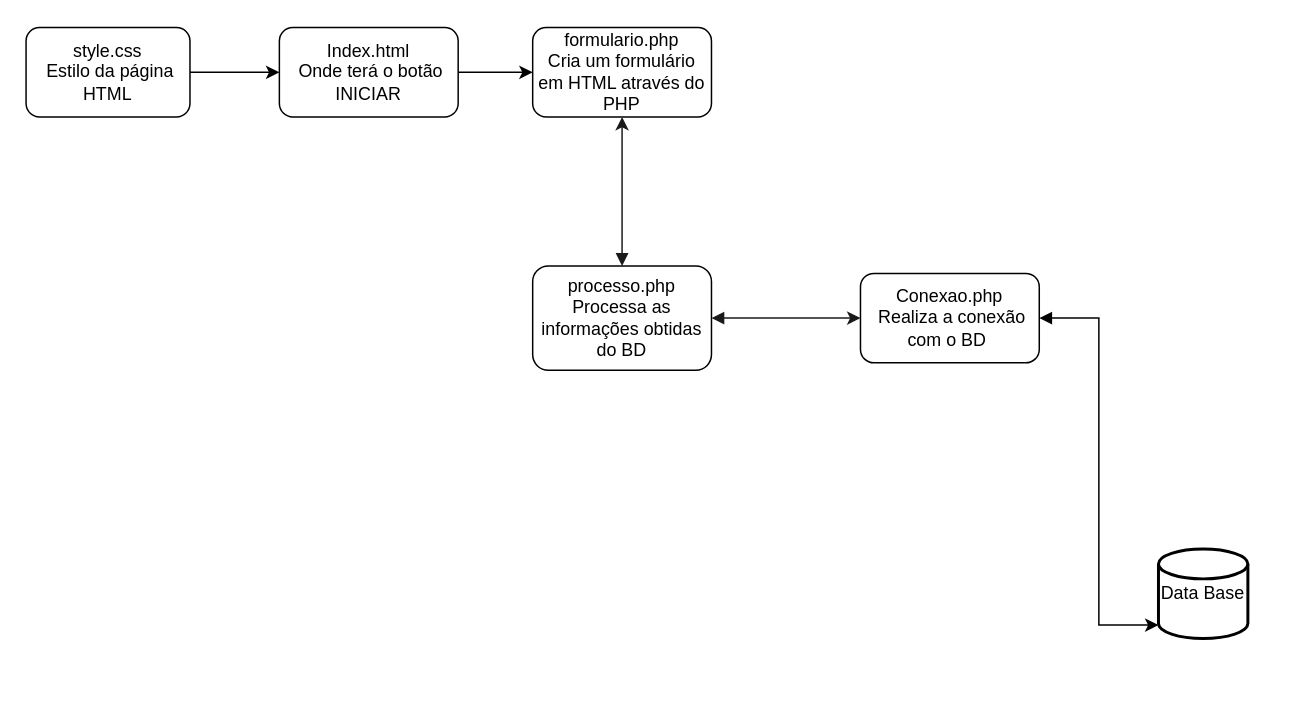
The draw.io diagram crudPhp/FormulárioPesquisa.drawio in DanneMello/projetosphp, before the edit. Source tidied: cells renumbered, new cells numbered last; positions are measured from the earlier drawing's top-left corner, leaving out a move shared by most shapes. Both pictures are drawn from the tidied source at 149%, with x=0, y=0 at pixel (25, 27).
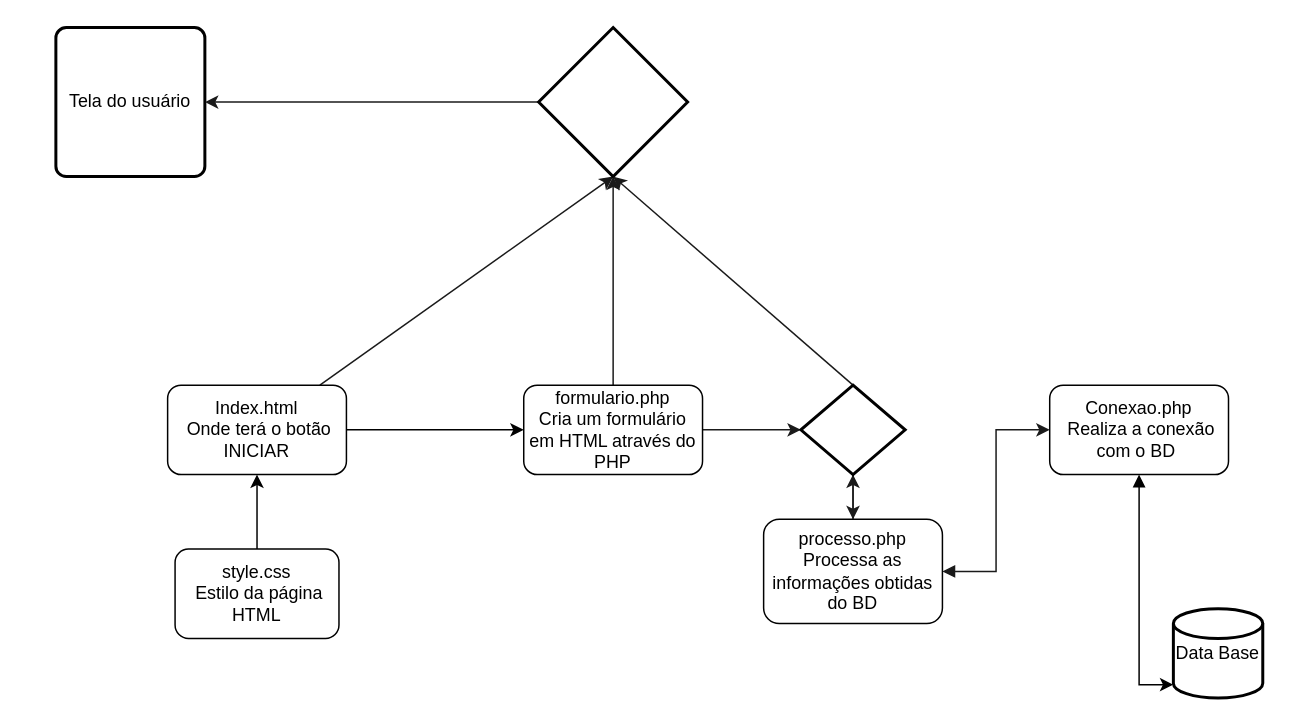
The same diagram, later.

The edit, as a diff of the source:
```diff
@@
+    <mxCell id="13" style="edgeStyle=none;rounded=0;jettySize=auto;html=1;startArrow=none;startFill=0;endArrow=classic;endFill=1;strokeColor=#1A1A1A;entryX=0.5;entryY=1;entryDx=0;entryDy=0;entryPerimeter=0;" parent="1" edge="1" source="3" target="19">
+      <mxGeometry relative="1" as="geometry" />
+    </mxCell>
     <mxCell id="3" value="Index.html&lt;br&gt;&amp;nbsp;Onde terá o botão INICIAR" style="rounded=1;whiteSpace=wrap;html=1;" parent="1" vertex="1">
-      <mxGeometry x="170" width="120" height="60" as="geometry" />
+      <mxGeometry x="95" y="240" width="120" height="60" as="geometry" />
     </mxCell>
+    <mxCell id="14" style="edgeStyle=none;rounded=0;jettySize=auto;html=1;startArrow=none;startFill=0;endArrow=classic;endFill=1;strokeColor=#1A1A1A;" parent="1" edge="1" source="4" target="22">
+      <mxGeometry relative="1" as="geometry" />
+    </mxCell>
+    <mxCell id="15" style="edgeStyle=none;rounded=0;jettySize=auto;html=1;startArrow=none;startFill=0;endArrow=classic;endFill=1;strokeColor=#1A1A1A;entryX=0.5;entryY=1;entryDx=0;entryDy=0;entryPerimeter=0;" parent="1" edge="1" source="4" target="19">
+      <mxGeometry relative="1" as="geometry" />
+    </mxCell>
     <mxCell id="4" value="formulario.php&lt;br&gt;Cria um formulário em HTML através do PHP" style="rounded=1;whiteSpace=wrap;html=1;" parent="1" vertex="1">
-      <mxGeometry x="340" width="120" height="60" as="geometry" />
+      <mxGeometry x="334" y="240" width="120" height="60" as="geometry" />
     </mxCell>
@@
     <mxCell id="6" value="Conexao.php&lt;br&gt;&amp;nbsp;Realiza a conexão com o BD&amp;nbsp;" style="rounded=1;whiteSpace=wrap;html=1;" parent="1" vertex="1">
-      <mxGeometry x="560" y="165" width="120" height="60" as="geometry" />
+      <mxGeometry x="687" y="240" width="120" height="60" as="geometry" />
     </mxCell>
@@
     <mxCell id="8" value="style.css&lt;br&gt;&amp;nbsp;Estilo da página HTML" style="rounded=1;whiteSpace=wrap;html=1;" parent="1" vertex="1">
-      <mxGeometry width="110" height="60" as="geometry" />
+      <mxGeometry x="100" y="350" width="110" height="60" as="geometry" />
     </mxCell>
@@
-    <mxCell id="10" style="edgeStyle=orthogonalEdgeStyle;rounded=0;jettySize=auto;html=1;startArrow=block;startFill=1;endArrow=classic;endFill=1;strokeColor=#1A1A1A;" parent="1" edge="1" source="11" target="4">
-      <mxGeometry relative="1" as="geometry" />
-    </mxCell>
+    <mxCell id="16" style="edgeStyle=none;rounded=0;jettySize=auto;html=1;startArrow=none;startFill=0;endArrow=classic;endFill=1;strokeColor=#1A1A1A;" parent="1" edge="1" source="11" target="22">
+      <mxGeometry relative="1" as="geometry" />
+    </mxCell>
     <mxCell id="11" value="processo.php&lt;br&gt;Processa as informações obtidas do BD" style="rounded=1;whiteSpace=wrap;html=1;" parent="1" vertex="1">
-      <mxGeometry x="340" y="160" width="120" height="70" as="geometry" />
+      <mxGeometry x="495" y="330" width="120" height="70" as="geometry" />
     </mxCell>
     <mxCell id="12" value="Data Base" style="strokeWidth=2;html=1;shape=mxgraph.flowchart.database;whiteSpace=wrap;" parent="1" vertex="1">
-      <mxGeometry x="760" y="350" width="60" height="60" as="geometry" />
+      <mxGeometry x="770" y="390" width="60" height="60" as="geometry" />
     </mxCell>
+    <mxCell id="17" value="Tela do usuário" style="rounded=1;whiteSpace=wrap;html=1;absoluteArcSize=1;arcSize=14;strokeWidth=2;" parent="1" vertex="1">
+      <mxGeometry x="20" width="100" height="100" as="geometry" />
+    </mxCell>
+    <mxCell id="18" style="edgeStyle=none;rounded=0;jettySize=auto;html=1;startArrow=none;startFill=0;endArrow=classic;endFill=1;strokeColor=#1A1A1A;" parent="1" edge="1" source="19" target="17">
+      <mxGeometry relative="1" as="geometry" />
+    </mxCell>
+    <mxCell id="19" style="strokeWidth=2;html=1;shape=mxgraph.flowchart.decision;whiteSpace=wrap;" parent="1" vertex="1">
+      <mxGeometry x="344" width="100" height="100" as="geometry" />
+    </mxCell>
+    <mxCell id="20" style="edgeStyle=none;rounded=0;jettySize=auto;html=1;startArrow=none;startFill=0;endArrow=classic;endFill=1;strokeColor=#1A1A1A;" parent="1" edge="1" source="22" target="11">
+      <mxGeometry relative="1" as="geometry" />
+    </mxCell>
+    <mxCell id="21" style="edgeStyle=none;rounded=0;jettySize=auto;html=1;startArrow=none;startFill=0;endArrow=classic;endFill=1;strokeColor=#1A1A1A;entryX=0.5;entryY=1;entryDx=0;entryDy=0;entryPerimeter=0;exitX=0.5;exitY=0;exitDx=0;exitDy=0;exitPerimeter=0;" parent="1" edge="1" source="22" target="19">
+      <mxGeometry relative="1" as="geometry" />
+    </mxCell>
+    <mxCell id="22" style="strokeWidth=2;html=1;shape=mxgraph.flowchart.decision;whiteSpace=wrap;" parent="1" vertex="1">
+      <mxGeometry x="520" y="240" width="70" height="60" as="geometry" />
+    </mxCell>
```
